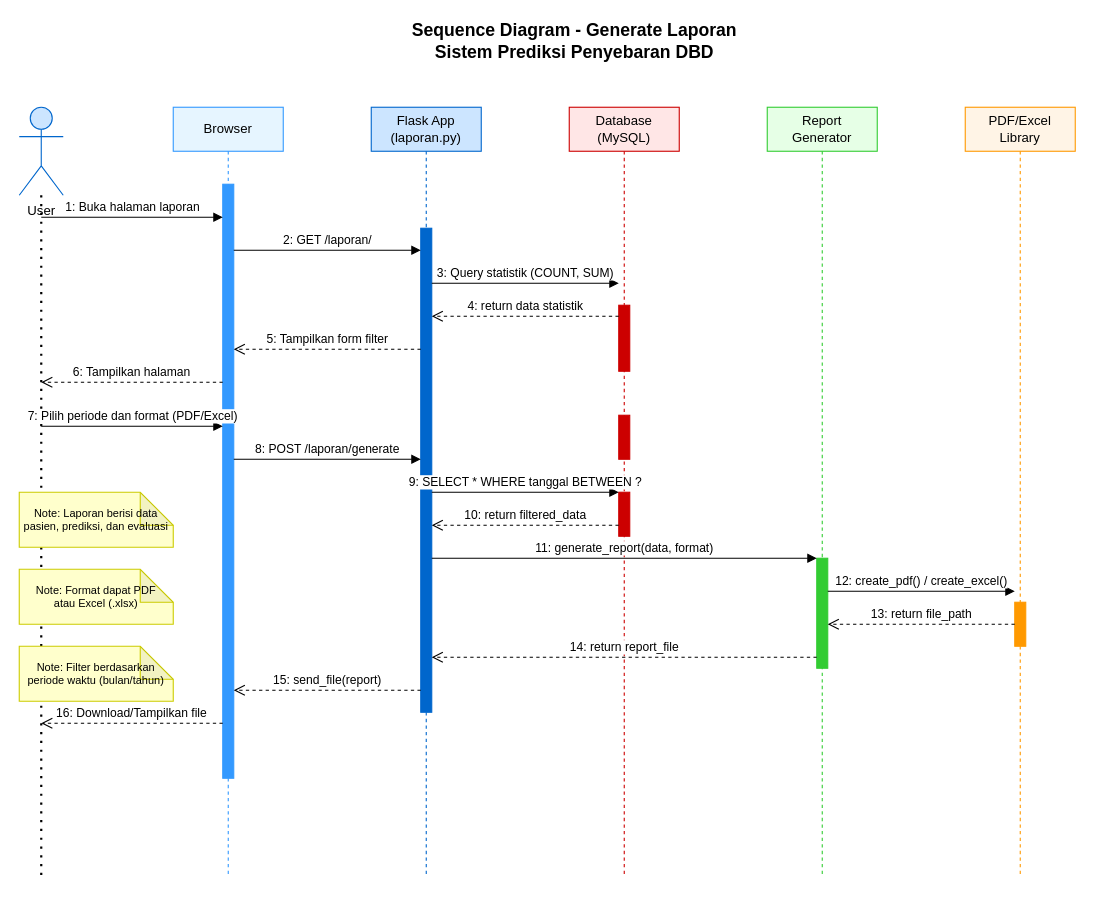
Before: Dokumen/UML/sequence_diagram_laporan.drawio in Suwardi87/prediksi-DBD, a draw.io diagram. Source tidied: cells renumbered, new cells numbered last; positions are measured from the earlier drawing's top-left corner, leaving out a move shared by most shapes. Both pictures are drawn from the tidied source at 110%, with x=0, y=0 at pixel (19, 19).
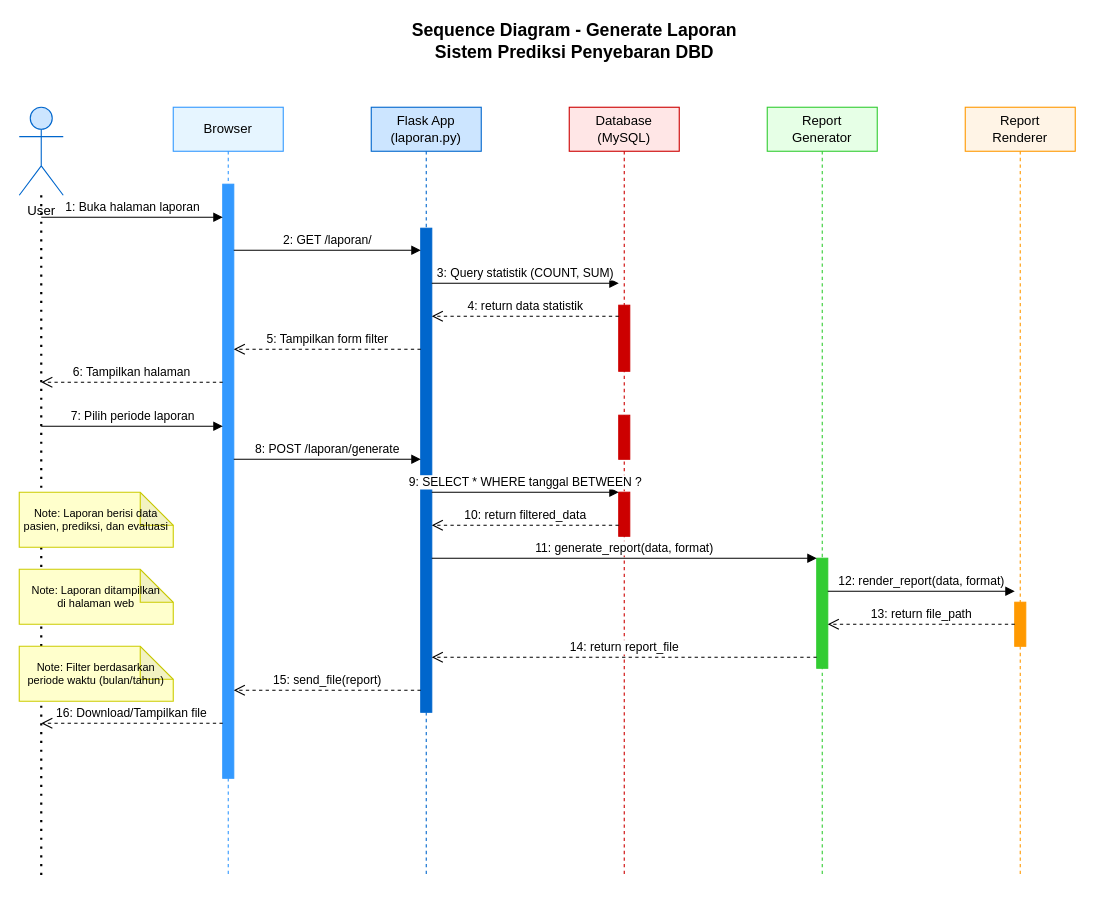
Above is the later version.

Change to the diagram source:
```diff
@@
-    <mxCell id="15" value="PDF/Excel&#10;Library" style="shape=umlLifeline;perimeter=lifelinePerimeter;whiteSpace=wrap;html=1;fillColor=#FFF4E6;strokeColor=#FF9900;" parent="1" vertex="1">
-      <mxGeometry x="860" y="80" width="100" height="700" as="geometry" />
-    </mxCell>
+    <mxCell id="36" value="Report&#10;Renderer" style="shape=umlLifeline;perimeter=lifelinePerimeter;whiteSpace=wrap;html=1;fillColor=#FFF4E6;strokeColor=#FF9900;" parent="1" vertex="1">
+      <mxGeometry x="860" y="80" width="100" height="700" as="geometry" />
+    </mxCell>
-    <mxCell id="16" style="html=1;perimeter=orthogonalPerimeter;fillColor=#FF9900;strokeColor=#FF9900;" parent="15" vertex="1">
+    <mxCell id="16" style="html=1;perimeter=orthogonalPerimeter;fillColor=#FF9900;strokeColor=#FF9900;" parent="36" vertex="1">
       <mxGeometry x="45" y="450" width="10" height="40" as="geometry" />
     </mxCell>
@@
-    <mxCell id="23" value="7: Pilih periode dan format (PDF/Excel)" style="html=1;verticalAlign=bottom;endArrow=block;" parent="1" edge="1">
+    <mxCell id="23" value="7: Pilih periode laporan" style="html=1;verticalAlign=bottom;endArrow=block;" parent="1" edge="1">
       <mxGeometry relative="1" as="geometry">
         <mxPoint x="20" y="370" as="sourcePoint" />
         <mxPoint x="185" y="370" as="targetPoint" />
       </mxGeometry>
     </mxCell>
@@
-    <mxCell id="28" value="12: create_pdf() / create_excel()" style="html=1;verticalAlign=bottom;endArrow=block;" parent="1" edge="1">
+    <mxCell id="28" value="12: render_report(data, format)" style="html=1;verticalAlign=bottom;endArrow=block;" parent="1" edge="1">
       <mxGeometry relative="1" as="geometry">
         <mxPoint x="735" y="520" as="sourcePoint" />
         <mxPoint x="905" y="520" as="targetPoint" />
       </mxGeometry>
     </mxCell>
@@
-    <mxCell id="34" value="Note: Format dapat PDF&#10;atau Excel (.xlsx)" style="shape=note;whiteSpace=wrap;html=1;backgroundOutline=1;darkOpacity=0.05;fillColor=#FFFFCC;strokeColor=#CCCC00;fontSize=10;" parent="1" vertex="1">
+    <mxCell id="34" value="Note: Laporan ditampilkan&#10;di halaman web" style="shape=note;whiteSpace=wrap;html=1;backgroundOutline=1;darkOpacity=0.05;fillColor=#FFFFCC;strokeColor=#CCCC00;fontSize=10;" parent="1" vertex="1">
       <mxGeometry y="500" width="140" height="50" as="geometry" />
     </mxCell>
```
